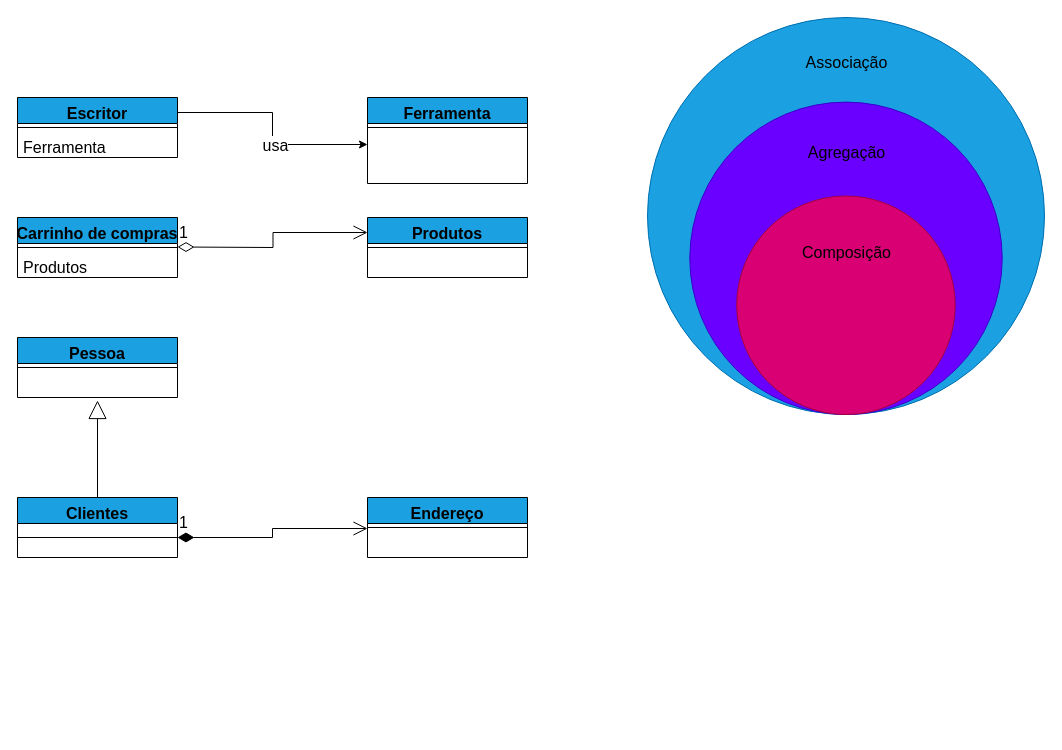
Before: secao_3/aulas/poo_composição.drawio in devSantZ/python_course, a draw.io diagram. Source tidied: cells renumbered, new cells numbered last; positions are measured from the earlier drawing's top-left corner, leaving out a move shared by most shapes. Both pictures are drawn from the tidied source at 100%, with x=0, y=0 at pixel (17, 17).
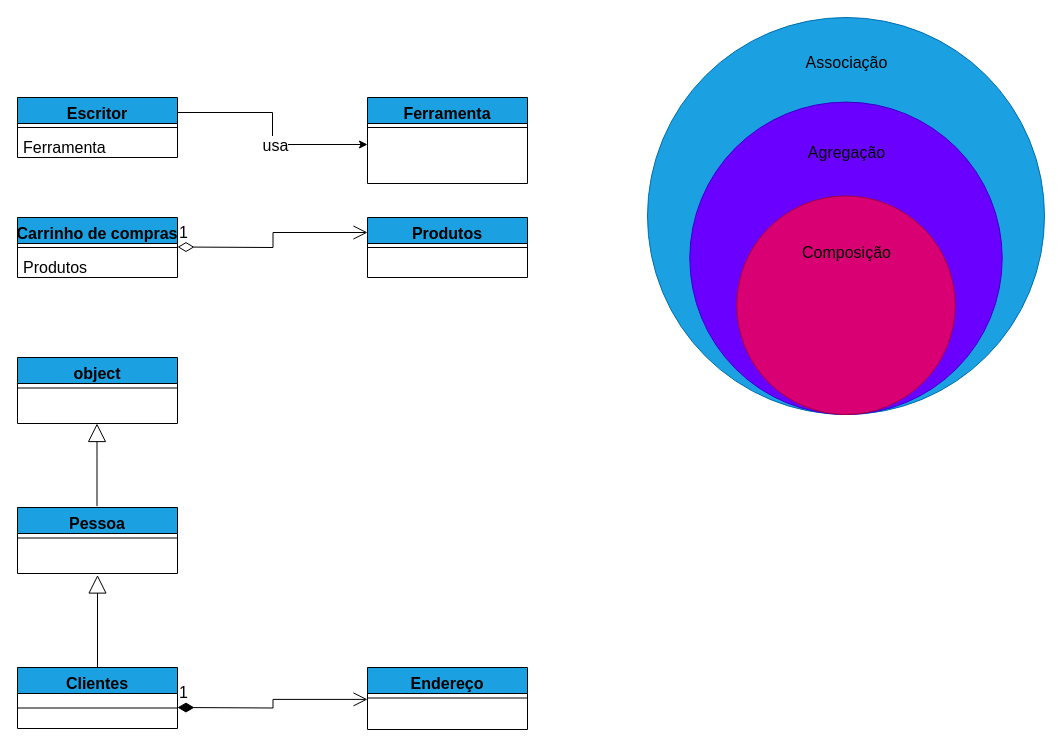
The same diagram, later.

Change to the diagram source:
```diff
@@
     <mxCell id="23" value="Pessoa" style="swimlane;fontStyle=1;align=center;verticalAlign=top;horizontal=1;startSize=26;fontSize=16;fillColor=#1BA1E2;" parent="1" vertex="1">
-      <mxGeometry y="320" width="160" height="60" as="geometry" />
+      <mxGeometry y="490" width="160" height="66" as="geometry" />
     </mxCell>
     <mxCell id="24" style="line;strokeWidth=1;fillColor=none;align=left;verticalAlign=middle;spacingTop=-1;spacingLeft=3;spacingRight=3;labelPosition=right;strokeColor=inherit;fontSize=16;" parent="23" vertex="1">
-      <mxGeometry y="26" width="160" height="8" as="geometry" />
+      <mxGeometry y="26" width="160" height="9" as="geometry" />
     </mxCell>
     <mxCell id="25" value=" &#10;" style="text;strokeColor=none;fillColor=none;align=left;verticalAlign=top;spacingLeft=4;spacingRight=4;overflow=hidden;points=[[0,0.5],[1,0.5]];portConstraint=eastwest;fontSize=16;" parent="23" vertex="1">
-      <mxGeometry y="34" width="160" height="26" as="geometry" />
+      <mxGeometry y="35" width="160" height="31" as="geometry" />
     </mxCell>
@@
     <mxCell id="27" value="Clientes" style="swimlane;fontStyle=1;align=center;verticalAlign=top;horizontal=1;startSize=26;fontSize=16;fillColor=#1BA1E2;" parent="1" vertex="1">
-      <mxGeometry y="480" width="160" height="60" as="geometry" />
+      <mxGeometry y="650" width="160" height="61" as="geometry" />
     </mxCell>
     <mxCell id="28" value="Endereço" style="swimlane;fontStyle=1;align=center;verticalAlign=top;horizontal=1;startSize=26;fontSize=16;fillColor=#1BA1E2;" parent="1" vertex="1">
-      <mxGeometry x="350" y="480" width="160" height="60" as="geometry" />
+      <mxGeometry x="350" y="650" width="160" height="62" as="geometry" />
     </mxCell>
     <mxCell id="29" style="line;strokeWidth=1;fillColor=none;align=left;verticalAlign=middle;spacingTop=-1;spacingLeft=3;spacingRight=3;labelPosition=right;strokeColor=inherit;fontSize=16;" parent="28" vertex="1">
-      <mxGeometry y="26" width="160" height="8" as="geometry" />
+      <mxGeometry y="26" width="160" height="9" as="geometry" />
     </mxCell>
     <mxCell id="30" value=" &#10;" style="text;strokeColor=none;fillColor=none;align=left;verticalAlign=top;spacingLeft=4;spacingRight=4;overflow=hidden;points=[[0,0.5],[1,0.5]];portConstraint=eastwest;fontSize=16;" parent="28" vertex="1">
-      <mxGeometry y="34" width="160" height="26" as="geometry" />
+      <mxGeometry y="35" width="160" height="27" as="geometry" />
     </mxCell>
-    <mxCell id="31" value="1" style="endArrow=open;html=1;endSize=12;startArrow=diamondThin;startSize=14;startFill=1;edgeStyle=orthogonalEdgeStyle;align=left;verticalAlign=bottom;rounded=0;fontSize=16;exitX=1;exitY=0.5;exitDx=0;exitDy=0;exitPerimeter=0;entryX=0;entryY=-0.115;entryDx=0;entryDy=0;entryPerimeter=0;" parent="1" edge="1" source="32" target="30">
-      <mxGeometry x="-1" y="3" relative="1" as="geometry" />
+    <mxCell id="31" value="1" style="endArrow=open;html=1;endSize=12;startArrow=diamondThin;startSize=14;startFill=1;edgeStyle=orthogonalEdgeStyle;align=left;verticalAlign=bottom;rounded=0;fontSize=16;exitX=1;exitY=0.5;exitDx=0;exitDy=0;exitPerimeter=0;entryX=0;entryY=-0.115;entryDx=0;entryDy=0;entryPerimeter=0;" parent="1" edge="1" target="30">
+      <mxGeometry x="-1" y="3" relative="1" as="geometry">
+        <mxPoint x="160" y="690" as="sourcePoint" />
+      </mxGeometry>
     </mxCell>
     <mxCell id="32" style="line;strokeWidth=1;fillColor=none;align=left;verticalAlign=middle;spacingTop=-1;spacingLeft=3;spacingRight=3;labelPosition=right;points=[];portConstraint=eastwest;strokeColor=inherit;fontSize=16;" parent="1" vertex="1">
-      <mxGeometry y="516" width="160" height="8" as="geometry" />
+      <mxGeometry y="686" width="160" height="9" as="geometry" />
     </mxCell>
-    <mxCell id="33" value="&lt;br&gt;" style="endArrow=block;endSize=16;endFill=0;html=1;rounded=0;fontSize=16;entryX=0.5;entryY=1.115;entryDx=0;entryDy=0;entryPerimeter=0;exitX=0.5;exitY=0;exitDx=0;exitDy=0;" parent="1" edge="1" source="27" target="25">
-      <mxGeometry relative="1" as="geometry" />
+    <mxCell id="33" value="&lt;br&gt;" style="endArrow=block;endSize=16;endFill=0;html=1;rounded=0;fontSize=16;entryX=0.5;entryY=1.115;entryDx=0;entryDy=0;entryPerimeter=0;exitX=0.5;exitY=0;exitDx=0;exitDy=0;" parent="1" edge="1">
+      <mxGeometry relative="1" as="geometry">
+        <mxPoint x="80" y="650" as="sourcePoint" />
+        <mxPoint x="80" y="557.5" as="targetPoint" />
+      </mxGeometry>
     </mxCell>
+    <mxCell id="34" value="object" style="swimlane;fontStyle=1;align=center;verticalAlign=top;horizontal=1;startSize=26;fontSize=16;fillColor=#1BA1E2;" parent="1" vertex="1">
+      <mxGeometry y="340" width="160" height="66" as="geometry" />
+    </mxCell>
+    <mxCell id="35" style="line;strokeWidth=1;fillColor=none;align=left;verticalAlign=middle;spacingTop=-1;spacingLeft=3;spacingRight=3;labelPosition=right;strokeColor=inherit;fontSize=16;" parent="34" vertex="1">
+      <mxGeometry y="26" width="160" height="9" as="geometry" />
+    </mxCell>
+    <mxCell id="36" value=" &#10;" style="text;strokeColor=none;fillColor=none;align=left;verticalAlign=top;spacingLeft=4;spacingRight=4;overflow=hidden;fontSize=16;" parent="34" vertex="1">
+      <mxGeometry y="35" width="160" height="31" as="geometry" />
+    </mxCell>
+    <mxCell id="37" value="&lt;br&gt;" style="endArrow=block;endSize=16;endFill=0;html=1;rounded=0;fontSize=16;exitX=0.5;exitY=0;exitDx=0;exitDy=0;" parent="1" edge="1">
+      <mxGeometry relative="1" as="geometry">
+        <mxPoint x="79.5" y="488.6" as="sourcePoint" />
+        <mxPoint x="79.5" y="406" as="targetPoint" />
+        <Array as="points">
+          <mxPoint x="79.5" y="438.6" />
+        </Array>
+      </mxGeometry>
+    </mxCell>
```
